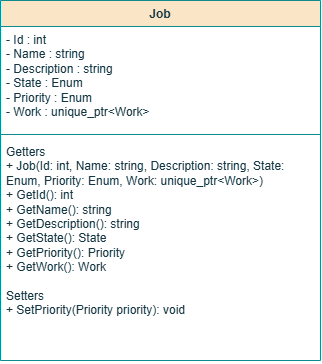
sushantchahar/TaskSchedular keeps this draw.io diagram as UML Diagrams/Job_Class_UML_Diagram.png. Above is the earlier version. Source tidied: cells renumbered, new cells last; positions are measured from the earlier drawing's top-left corner, leaving out a move shared by most shapes. Its diagram source:
```xml
<mxGraphModel>
  <root>
    <mxCell id="0" />
    <mxCell id="1" parent="0" />
    <mxCell id="2" value="Job" style="swimlane;fontStyle=1;align=center;verticalAlign=top;horizontal=1;startSize=26;whiteSpace=wrap;html=1;labelBackgroundColor=none;fillColor=#FAE5C7;strokeColor=#0F8B8D;fontColor=#143642;" parent="1" vertex="1">
      <mxGeometry width="320" height="360" as="geometry" />
    </mxCell>
    <mxCell id="3" value="- Id : int&lt;div&gt;- Name : string&lt;/div&gt;&lt;div&gt;- Description : string&lt;/div&gt;&lt;div&gt;- State : Enum&lt;/div&gt;&lt;div&gt;- Priority : Enum&lt;/div&gt;&lt;div&gt;- Work : unique_ptr&amp;lt;Work&amp;gt;&lt;/div&gt;" style="text;strokeColor=none;fillColor=none;align=left;verticalAlign=top;spacingLeft=4;spacingRight=4;overflow=hidden;whiteSpace=wrap;html=1;labelBackgroundColor=none;fontColor=#143642;" parent="2" vertex="1">
      <mxGeometry y="26" width="320" height="104" as="geometry" />
    </mxCell>
    <mxCell id="4" style="line;strokeWidth=1;fillColor=none;align=left;verticalAlign=middle;spacingTop=-1;spacingLeft=3;spacingRight=3;labelPosition=right;strokeColor=#0F8B8D;labelBackgroundColor=none;fontColor=#143642;" parent="2" vertex="1">
      <mxGeometry y="130" width="320" height="8" as="geometry" />
    </mxCell>
    <mxCell id="5" value="&lt;div&gt;Getters&lt;/div&gt;+ Job(Id: int, Name: string, Description: string, State: Enum, Priority: Enum, Work: unique_ptr&amp;lt;Work&amp;gt;)&lt;div&gt;+ GetId(): int&lt;/div&gt;&lt;div&gt;+ GetName(): string&lt;/div&gt;&lt;div&gt;+ GetDescription(): string&lt;/div&gt;&lt;div&gt;+ GetState(): State&lt;/div&gt;&lt;div&gt;+ GetPriority(): Priority&lt;/div&gt;&lt;div&gt;+ GetWork(): Work&lt;/div&gt;&lt;div&gt;&lt;br&gt;&lt;/div&gt;&lt;div&gt;Setters&lt;/div&gt;&lt;div&gt;+ SetPriority(Priority priority): void&lt;/div&gt;&lt;div&gt;&lt;br&gt;&lt;/div&gt;" style="text;strokeColor=none;fillColor=none;align=left;verticalAlign=top;spacingLeft=4;spacingRight=4;overflow=hidden;whiteSpace=wrap;html=1;labelBackgroundColor=none;fontColor=#143642;" parent="2" vertex="1">
      <mxGeometry y="138" width="320" height="222" as="geometry" />
    </mxCell>
  </root>
</mxGraphModel>
```
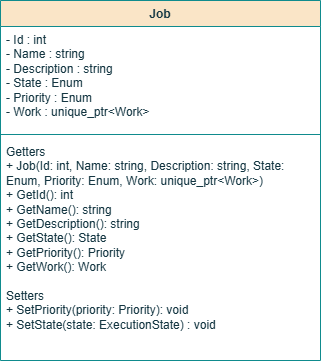
The same file after the commit.

The edit, as a diff of the source:
```diff
@@ -11,7 +11,7 @@
     <mxCell id="4" style="line;strokeWidth=1;fillColor=none;align=left;verticalAlign=middle;spacingTop=-1;spacingLeft=3;spacingRight=3;labelPosition=right;strokeColor=#0F8B8D;labelBackgroundColor=none;fontColor=#143642;" parent="2" vertex="1">
       <mxGeometry y="130" width="320" height="8" as="geometry" />
     </mxCell>
-    <mxCell id="5" value="&lt;div&gt;Getters&lt;/div&gt;+ Job(Id: int, Name: string, Description: string, State: Enum, Priority: Enum, Work: unique_ptr&amp;lt;Work&amp;gt;)&lt;div&gt;+ GetId(): int&lt;/div&gt;&lt;div&gt;+ GetName(): string&lt;/div&gt;&lt;div&gt;+ GetDescription(): string&lt;/div&gt;&lt;div&gt;+ GetState(): State&lt;/div&gt;&lt;div&gt;+ GetPriority(): Priority&lt;/div&gt;&lt;div&gt;+ GetWork(): Work&lt;/div&gt;&lt;div&gt;&lt;br&gt;&lt;/div&gt;&lt;div&gt;Setters&lt;/div&gt;&lt;div&gt;+ SetPriority(Priority priority): void&lt;/div&gt;&lt;div&gt;&lt;br&gt;&lt;/div&gt;" style="text;strokeColor=none;fillColor=none;align=left;verticalAlign=top;spacingLeft=4;spacingRight=4;overflow=hidden;whiteSpace=wrap;html=1;labelBackgroundColor=none;fontColor=#143642;" parent="2" vertex="1">
+    <mxCell id="5" value="&lt;div&gt;Getters&lt;/div&gt;+ Job(Id: int, Name: string, Description: string, State: Enum, Priority: Enum, Work: unique_ptr&amp;lt;Work&amp;gt;)&lt;div&gt;+ GetId(): int&lt;/div&gt;&lt;div&gt;+ GetName(): string&lt;/div&gt;&lt;div&gt;+ GetDescription(): string&lt;/div&gt;&lt;div&gt;+ GetState(): State&lt;/div&gt;&lt;div&gt;+ GetPriority(): Priority&lt;/div&gt;&lt;div&gt;+ GetWork(): Work&lt;/div&gt;&lt;div&gt;&lt;br&gt;&lt;/div&gt;&lt;div&gt;Setters&lt;/div&gt;&lt;div&gt;+ SetPriority(priority: Priority): void&lt;/div&gt;&lt;div&gt;+ SetState(state: ExecutionState) : void&lt;/div&gt;&lt;div&gt;&lt;br&gt;&lt;/div&gt;" style="text;strokeColor=none;fillColor=none;align=left;verticalAlign=top;spacingLeft=4;spacingRight=4;overflow=hidden;whiteSpace=wrap;html=1;labelBackgroundColor=none;fontColor=#143642;" parent="2" vertex="1">
       <mxGeometry y="138" width="320" height="222" as="geometry" />
     </mxCell>
   </root>
```
